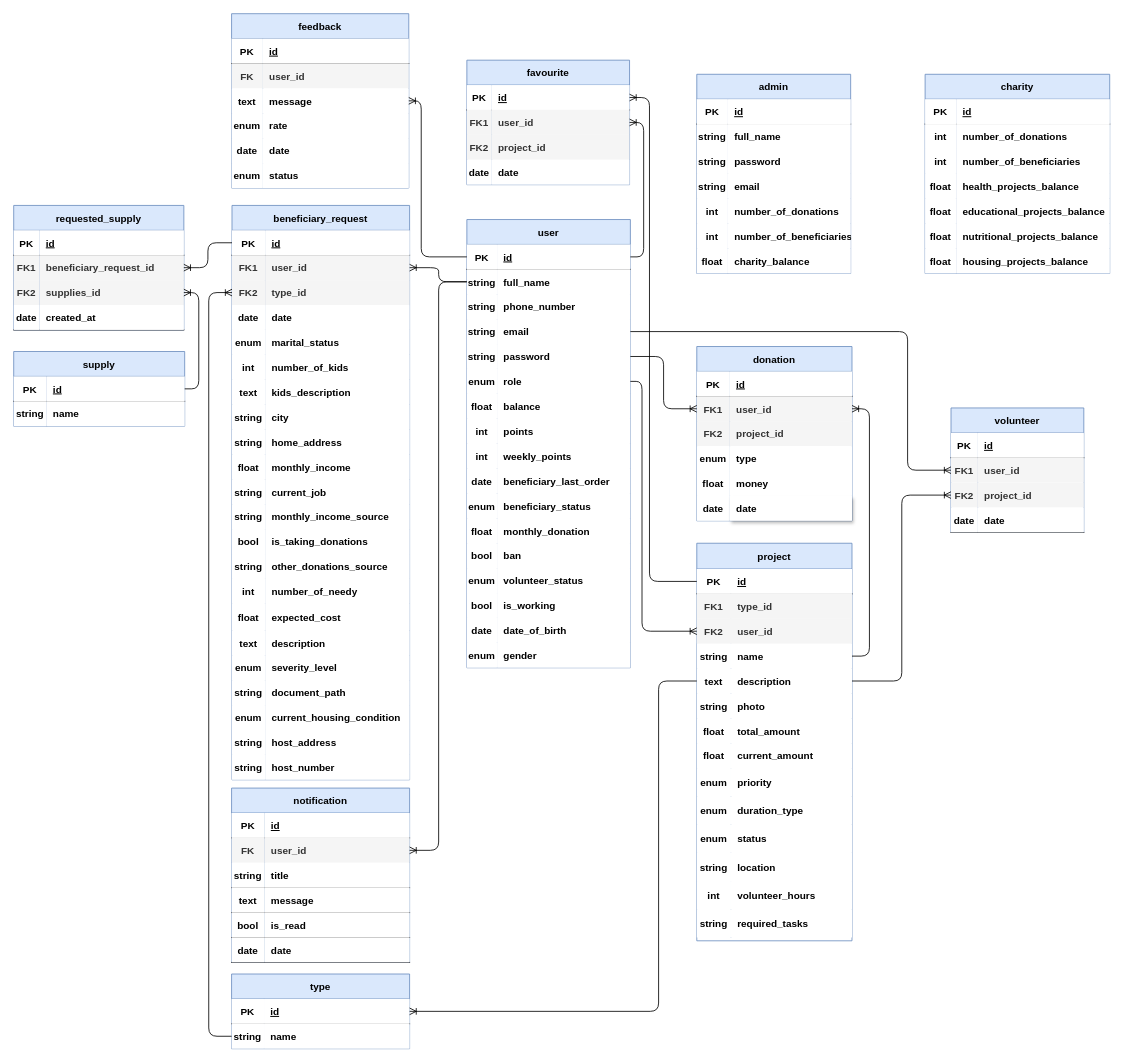
This is erd/Charity Project.drawio from nourHabian/Charity_Project_Backend, a draw.io file, before an edit. Source tidied: cells renumbered, new cells numbered last; positions are measured from the earlier drawing's top-left corner, leaving out a move shared by most shapes. Both pictures are drawn from the tidied source at 83%, with x=0, y=0 at pixel (13, 13).
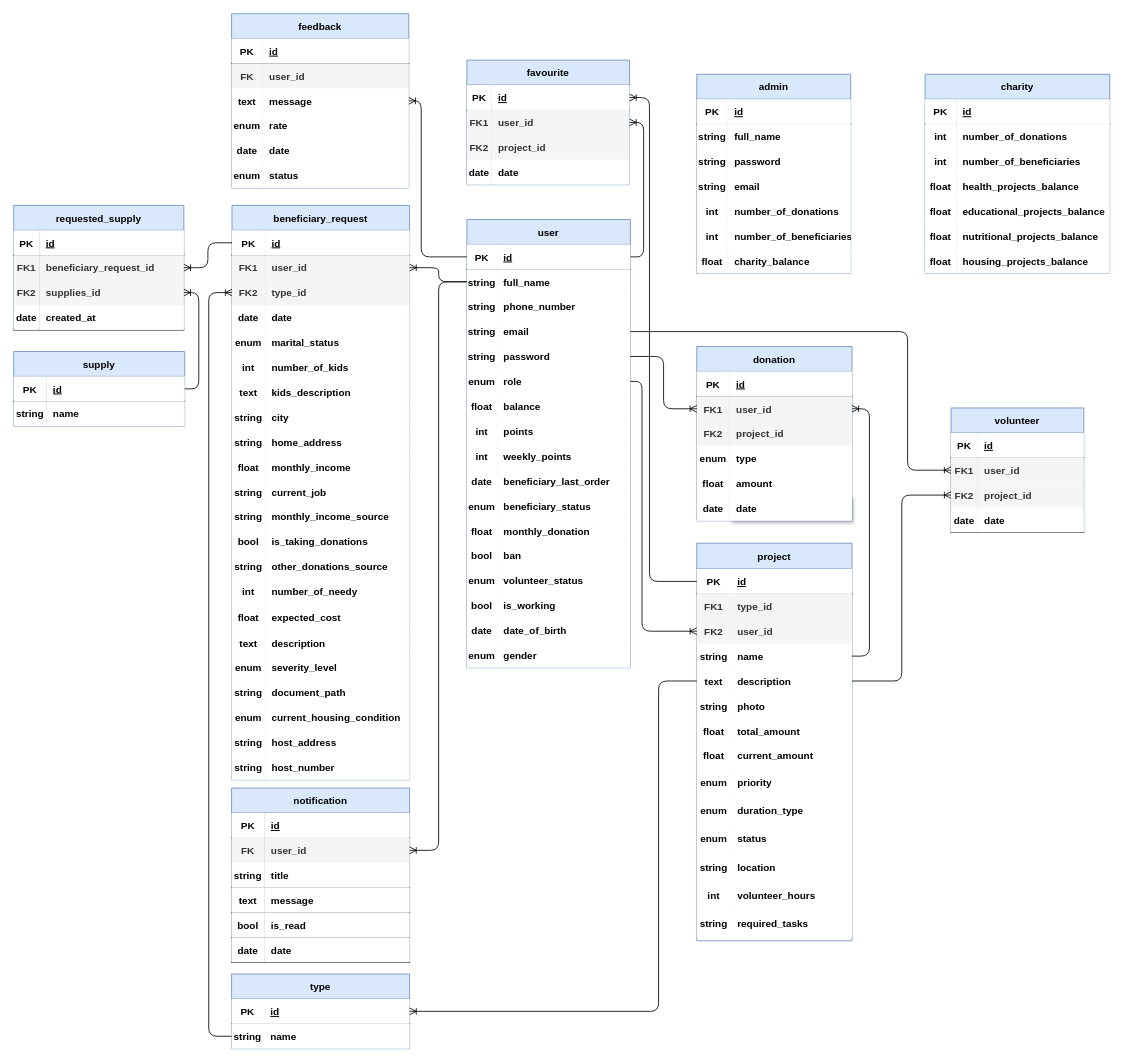
The same diagram, later.

The change refers to these unchanged cells:
```xml
<mxCell id="140" style="shape=partialRectangle;fillColor=none;top=0;left=0;bottom=0;right=0;fontStyle=1;" parent="127" vertex="1">
  <mxGeometry y="150" width="187" height="30" as="geometry" />
</mxCell>
```

The edit, as a diff of the source:
```diff
@@
-    <mxCell id="142" value="money" style="shape=partialRectangle;top=0;left=0;bottom=0;right=0;align=left;spacingLeft=6;overflow=hidden;fontStyle=1;" parent="140" vertex="1">
+    <mxCell id="142" value="amount" style="shape=partialRectangle;top=0;left=0;bottom=0;right=0;align=left;spacingLeft=6;overflow=hidden;fontStyle=1;" parent="140" vertex="1">
       <mxGeometry x="39.8" width="147.2" height="30" as="geometry" />
     </mxCell>
```
